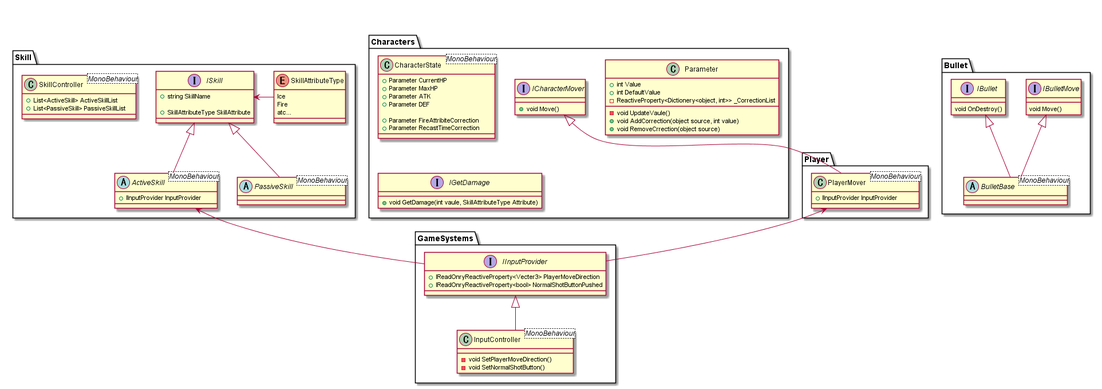
somethingshooting/SomethingShooting_Core keeps this PlantUML diagram as MainSystemClasses.png. Above is the earlier version. The source it was exported from:
```plantuml
@startuml MainSystemClasses
package Player{
        class PlayerMover <MonoBehaviour>{
            + IInputProvider InputProvider
        }
    }

package Characters{
    class CharacterState <MonoBehaviour>{
        + Parameter CurrentHP
        + Parameter MaxHP
        + Parameter ATK
        + Parameter DEF

        + Parameter FireAttribiteCorrection
        + Parameter RecastTimeCorrection
    }

    class Parameter{
        + int Value
        + int DefaultValue
        - ReactiveProperty<Dictionery<object, int>> _CorrectionList

        - void UpdateVaule()
        + void AddCorrection(object source, int value)
        + void RemoveCrrection(object source)
    }

    interface ICharacterMover{
        + void Move()
    }
    ICharacterMover <|-- PlayerMover

    interface IGetDamage{
        + void GetDamage(int vaule, SkillAttributeType Attribute)
    }
}

package Bullet{
    abstract BulletBase <MonoBehaviour>{

    }

    interface IBulletMove{
        void Move()
    }
    IBulletMove <|-- BulletBase

    interface IBullet{
        void OnDestroy()
    }
    IBullet <|-- BulletBase
}

package Skill{
    class SkillController <MonoBehaviour>{
        + List<ActiveSkill> ActiveSkillList
        + List<PassiveSkill> PassiveSkillList
    }

    abstract ActiveSkill <MonoBehaviour>{
        + IInputProvider InputProvider
    }

    abstract PassiveSkill <MonoBehaviour>{

    }

    enum SkillAttributeType{
        Ice
        Fire
        atc...
    }
    ISkill <- SkillAttributeType

    interface ISkill{
        + string SkillName

        + SkillAttributeType SkillAttribute
    }
    ISkill <|-- ActiveSkill
    ISkill <|-- PassiveSkill
}

package GameSystems{
    class InputController <MonoBehaviour>{
        - void SetPlayerMoveDirection()
        - void SetNormalShotButton()
    }
    IInputProvider <|-down- InputController

    interface IInputProvider{
        + IReadOnryReactiveProperty<Vecter3> PlayerMoveDirection
        + IReadOnryReactiveProperty<bool> NormalShotButtonPushed
    }
    ActiveSkill <-- IInputProvider
    PlayerMover <-- IInputProvider
}


@enduml
```
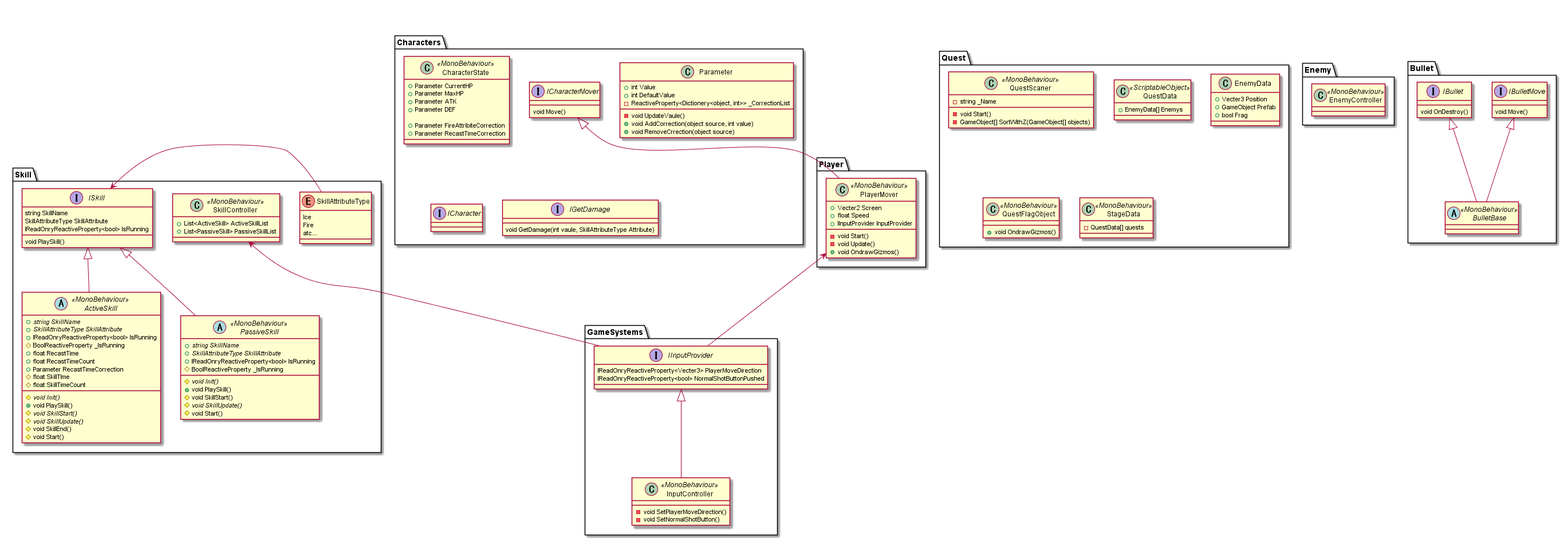
The same diagram one commit later.

Commit message:
3/21地点のdevelopのクラス図に更新

Change to the diagram source:
```diff
@@ -1,12 +1,24 @@
 @startuml MainSystemClasses
 package Player{
-        class PlayerMover <MonoBehaviour>{
-            + IInputProvider InputProvider
-        }
+    class PlayerMover <<MonoBehaviour>>{
+        + Vecter2 Screen
+        + float Speed
+        + IInputProvider InputProvider
+
+        - void Start()
+        - void Update()
+        + void OndrawGizmos()
     }
+}
+
+package Enemy{
+    class EnemyController <<MonoBehaviour>>{
+
+    }
+}
 
 package Characters{
-    class CharacterState <MonoBehaviour>{
+    class CharacterState <<MonoBehaviour>>{
         + Parameter CurrentHP
         + Parameter MaxHP
         + Parameter ATK
@@ -27,17 +39,21 @@
     }
 
     interface ICharacterMover{
-        + void Move()
+        void Move()
     }
     ICharacterMover <|-- PlayerMover
 
+    interface ICharacter{
+
+    }
+
     interface IGetDamage{
-        + void GetDamage(int vaule, SkillAttributeType Attribute)
+        void GetDamage(int vaule, SkillAttributeType Attribute)
     }
 }
 
 package Bullet{
-    abstract BulletBase <MonoBehaviour>{
+    abstract BulletBase <<MonoBehaviour>>{
 
     }
 
@@ -53,17 +69,41 @@
 }
 
 package Skill{
-    class SkillController <MonoBehaviour>{
+    class SkillController <<MonoBehaviour>>{
         + List<ActiveSkill> ActiveSkillList
         + List<PassiveSkill> PassiveSkillList
     }
 
-    abstract ActiveSkill <MonoBehaviour>{
-        + IInputProvider InputProvider
+    abstract ActiveSkill <<MonoBehaviour>>{
+        + {abstract} string SkillName
+        + {abstract} SkillAttributeType SkillAttribute
+        + IReadOnryReactiveProperty<bool> IsRunning
+        # BoolReactiveProperty _IsRunning
+        + float RecastTime
+        + float RecastTimeCount
+        + Parameter RecastTimeCorrection
+        # float SkillTIme
+        # float SkillTimeCount
+
+        # {abstract} void Init()
+        + void PlaySkill()
+        # {abstract} void SkillStart()
+        # {abstract} void SkillUpdate()
+        # void SkillEnd()
+        # void Start()
     }
 
-    abstract PassiveSkill <MonoBehaviour>{
+    abstract PassiveSkill <<MonoBehaviour>>{
+        + {abstract} string SkillName
+        + {abstract} SkillAttributeType SkillAttribute
+        + IReadOnryReactiveProperty<bool> IsRunning
+        # BoolReactiveProperty _IsRunning
 
+        # {abstract} void Init()
+        + void PlaySkill()
+        # void SkillStart()
+        # {abstract} void SkillUpdate()
+        # void Start()
     }
 
     enum SkillAttributeType{
@@ -74,28 +114,56 @@
     ISkill <- SkillAttributeType
 
     interface ISkill{
-        + string SkillName
+        string SkillName
+        SkillAttributeType SkillAttribute
+        IReadOnryReactiveProperty<bool> IsRunning
 
-        + SkillAttributeType SkillAttribute
+        void PlaySkill()
     }
     ISkill <|-- ActiveSkill
     ISkill <|-- PassiveSkill
 }
 
 package GameSystems{
-    class InputController <MonoBehaviour>{
+    class InputController <<MonoBehaviour>>{
         - void SetPlayerMoveDirection()
         - void SetNormalShotButton()
     }
     IInputProvider <|-down- InputController
 
     interface IInputProvider{
-        + IReadOnryReactiveProperty<Vecter3> PlayerMoveDirection
-        + IReadOnryReactiveProperty<bool> NormalShotButtonPushed
+        IReadOnryReactiveProperty<Vecter3> PlayerMoveDirection
+        IReadOnryReactiveProperty<bool> NormalShotButtonPushed
     }
-    ActiveSkill <-- IInputProvider
+    SkillController <-- IInputProvider
     PlayerMover <-- IInputProvider
 }
 
+package Quest{
+    class QuestScaner <<MonoBehaviour>>{
+        - string _Name
+
+        - void Start()
+        - GameObject[] SortWithZ(GameObject[] objects)
+    }
+
+    class QuestData <<ScriptableObject>>{
+        + EnemyData[] Enemys
+    }
+
+    class EnemyData {
+        + Vecter3 Position
+        + GameObject Prefab
+        + bool Frag
+    }
+
+    class QuestFlagObject <<MonoBehaviour>>{
+        + void OndrawGizmos()
+    }
+
+    class StageData <<MonoBehaviour>>{
+        - QuestData[] quests
+    }
+}
 
 @enduml
```
